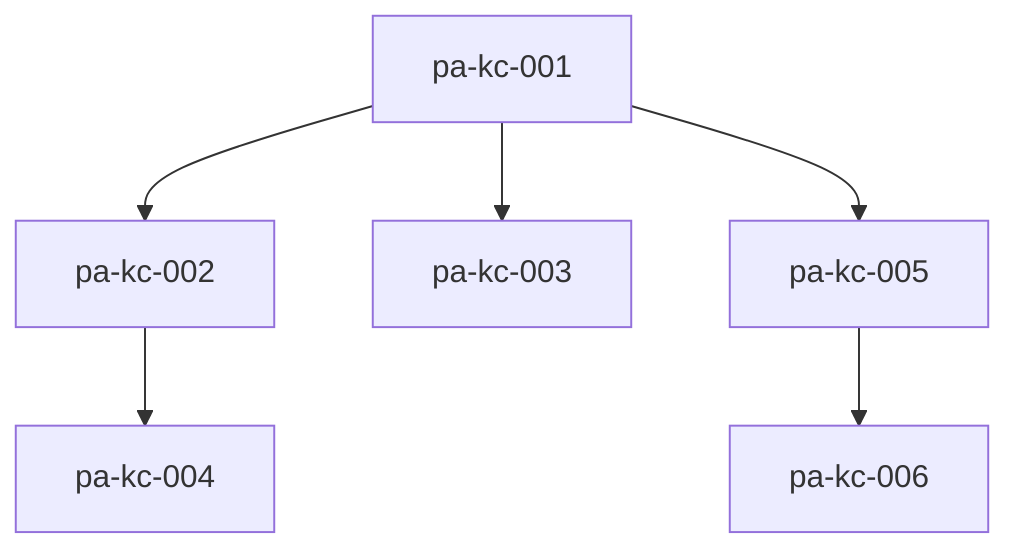
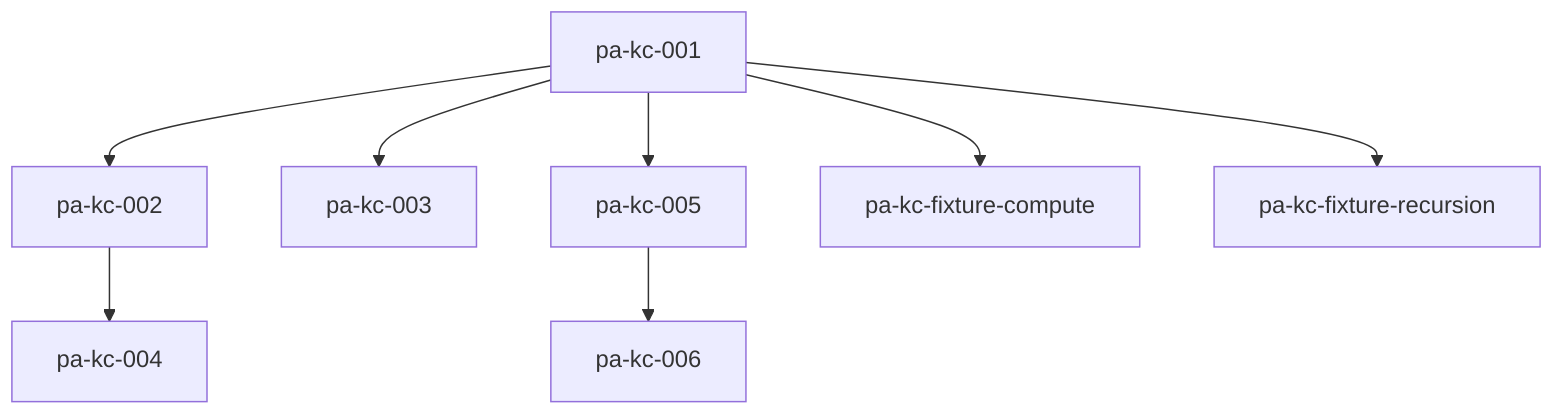
flowchart TD
    %% AUTO-GENERATED from edges.yaml for subject PA — do not edit by hand
    pa-kc-001 --> pa-kc-002
    pa-kc-001 --> pa-kc-003
    pa-kc-001 --> pa-kc-005
+     pa-kc-001 --> pa-kc-fixture-compute
+     pa-kc-001 --> pa-kc-fixture-recursion
    pa-kc-002 --> pa-kc-004
    pa-kc-005 --> pa-kc-006
